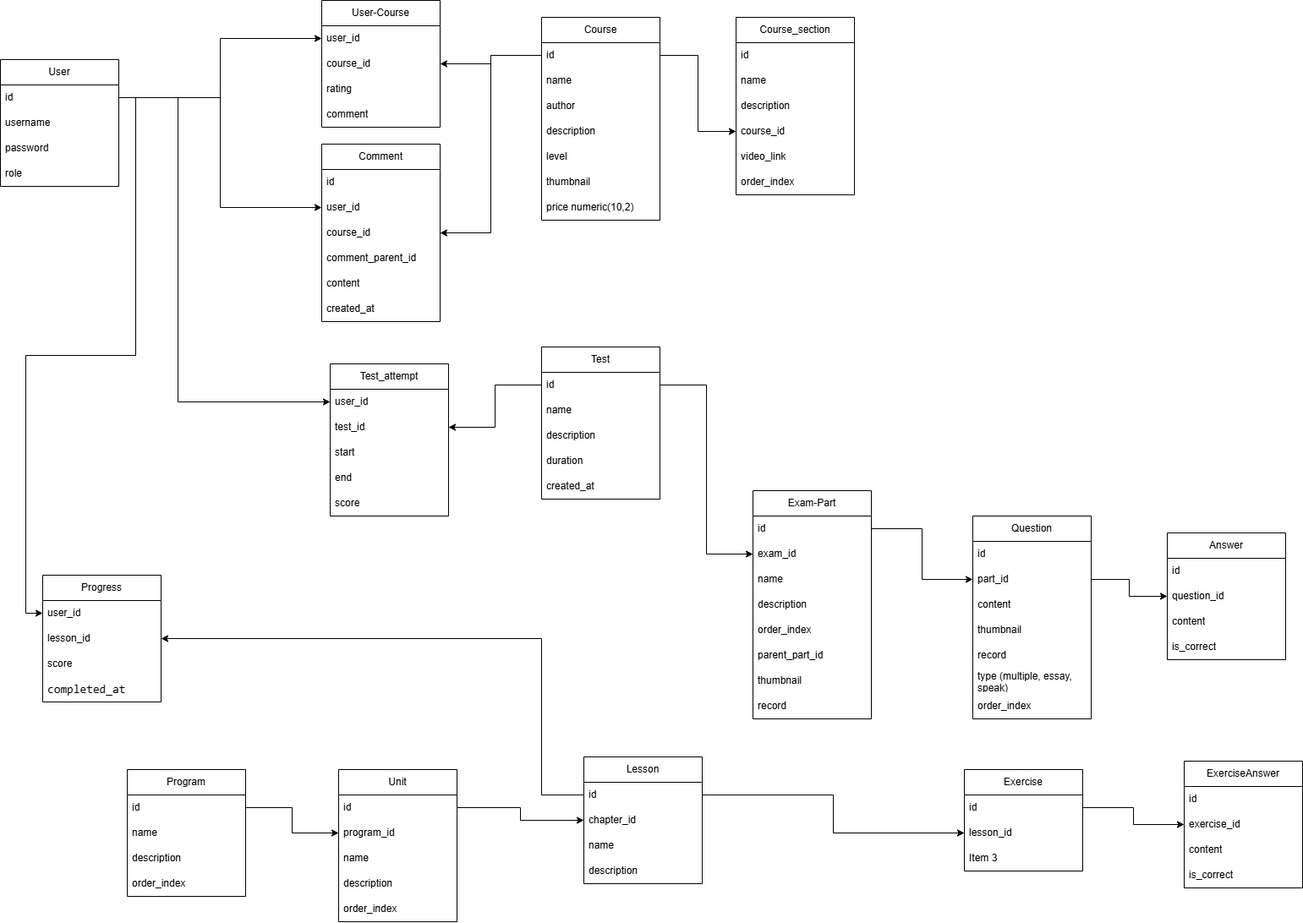
This is EnglishForce-Docs/Biểu đồ không có tiêu đề.drawio.png from flow-of-water/EnglishForce, a draw.io export, as it was before one commit. Source tidied: cells renumbered, new cells last; positions are measured from the earlier drawing's top-left corner, leaving out a move shared by most shapes.
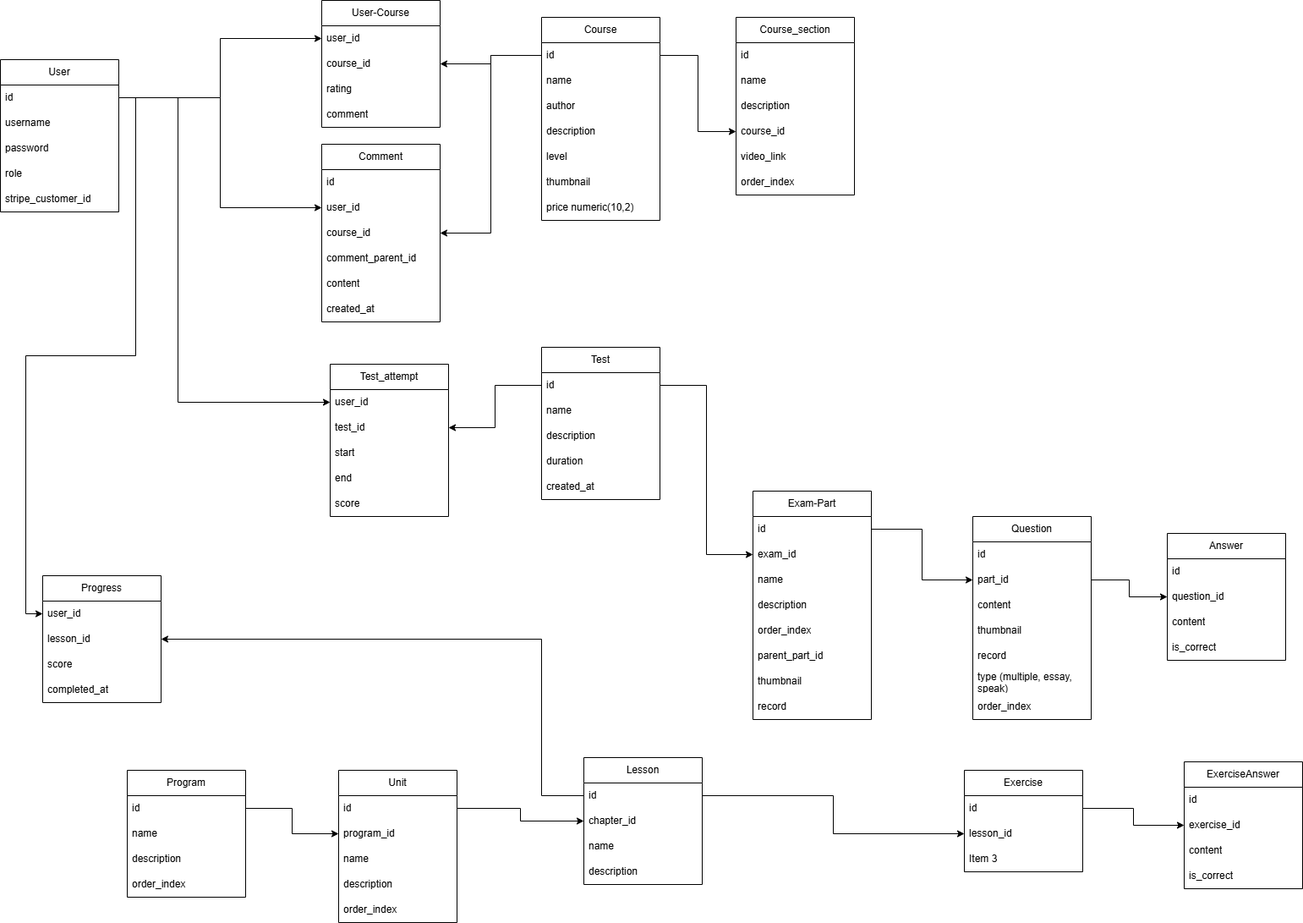
After the commit.

What changed in the source:
```diff
@@ -3,7 +3,7 @@
     <mxCell id="0" />
     <mxCell id="1" parent="0" />
     <mxCell id="2" value="User" style="swimlane;fontStyle=0;horizontal=1;startSize=30;whiteSpace=wrap;html=1;" parent="1" vertex="1">
-      <mxGeometry y="70" width="140" height="150" as="geometry" />
+      <mxGeometry y="70" width="140" height="180" as="geometry" />
     </mxCell>
     <mxCell id="3" value="id" style="text;strokeColor=none;fillColor=none;align=left;verticalAlign=middle;spacingLeft=4;spacingRight=4;overflow=hidden;points=[[0,0.5],[1,0.5]];portConstraint=eastwest;whiteSpace=wrap;html=1;" parent="2" vertex="1">
       <mxGeometry y="30" width="140" height="30" as="geometry" />
@@ -17,6 +17,9 @@
     <mxCell id="6" value="role" style="text;strokeColor=none;fillColor=none;align=left;verticalAlign=middle;spacingLeft=4;spacingRight=4;overflow=hidden;whiteSpace=wrap;html=1;" parent="2" vertex="1">
       <mxGeometry y="120" width="140" height="30" as="geometry" />
     </mxCell>
+    <mxCell id="114" value="stripe_customer_id" style="text;strokeColor=none;fillColor=none;align=left;verticalAlign=middle;spacingLeft=4;spacingRight=4;overflow=hidden;whiteSpace=wrap;html=1;" parent="2" vertex="1">
+      <mxGeometry y="150" width="140" height="30" as="geometry" />
+    </mxCell>
     <mxCell id="7" value="Course" style="swimlane;fontStyle=0;horizontal=1;startSize=30;whiteSpace=wrap;html=1;" parent="1" vertex="1">
       <mxGeometry x="640" y="20" width="140" height="240" as="geometry" />
     </mxCell>
@@ -253,7 +256,7 @@
     <mxCell id="83" value="score" style="text;strokeColor=none;fillColor=none;align=left;verticalAlign=middle;spacingLeft=4;spacingRight=4;overflow=hidden;whiteSpace=wrap;html=1;" parent="80" vertex="1">
       <mxGeometry y="90" width="140" height="30" as="geometry" />
     </mxCell>
-    <mxCell id="84" value="&lt;div style=&quot;background-color: rgb(255, 255, 255); font-family: Consolas, &amp;quot;Courier New&amp;quot;, monospace; font-size: 14px; line-height: 19px; white-space: pre;&quot;&gt;completed_at&lt;/div&gt;" style="text;strokeColor=none;fillColor=none;align=left;verticalAlign=middle;spacingLeft=4;spacingRight=4;overflow=hidden;whiteSpace=wrap;html=1;" parent="80" vertex="1">
+    <mxCell id="84" value="completed_at" style="text;strokeColor=none;fillColor=none;align=left;verticalAlign=middle;spacingLeft=4;spacingRight=4;overflow=hidden;whiteSpace=wrap;html=1;" parent="80" vertex="1">
       <mxGeometry y="120" width="140" height="30" as="geometry" />
     </mxCell>
     <mxCell id="85" style="edgeStyle=orthogonalEdgeStyle;rounded=0;jettySize=auto;html=1;exitX=1;exitY=0.5;exitDx=0;exitDy=0;entryX=0;entryY=0.5;entryDx=0;entryDy=0;" parent="1" edge="1" source="3" target="81">
```
